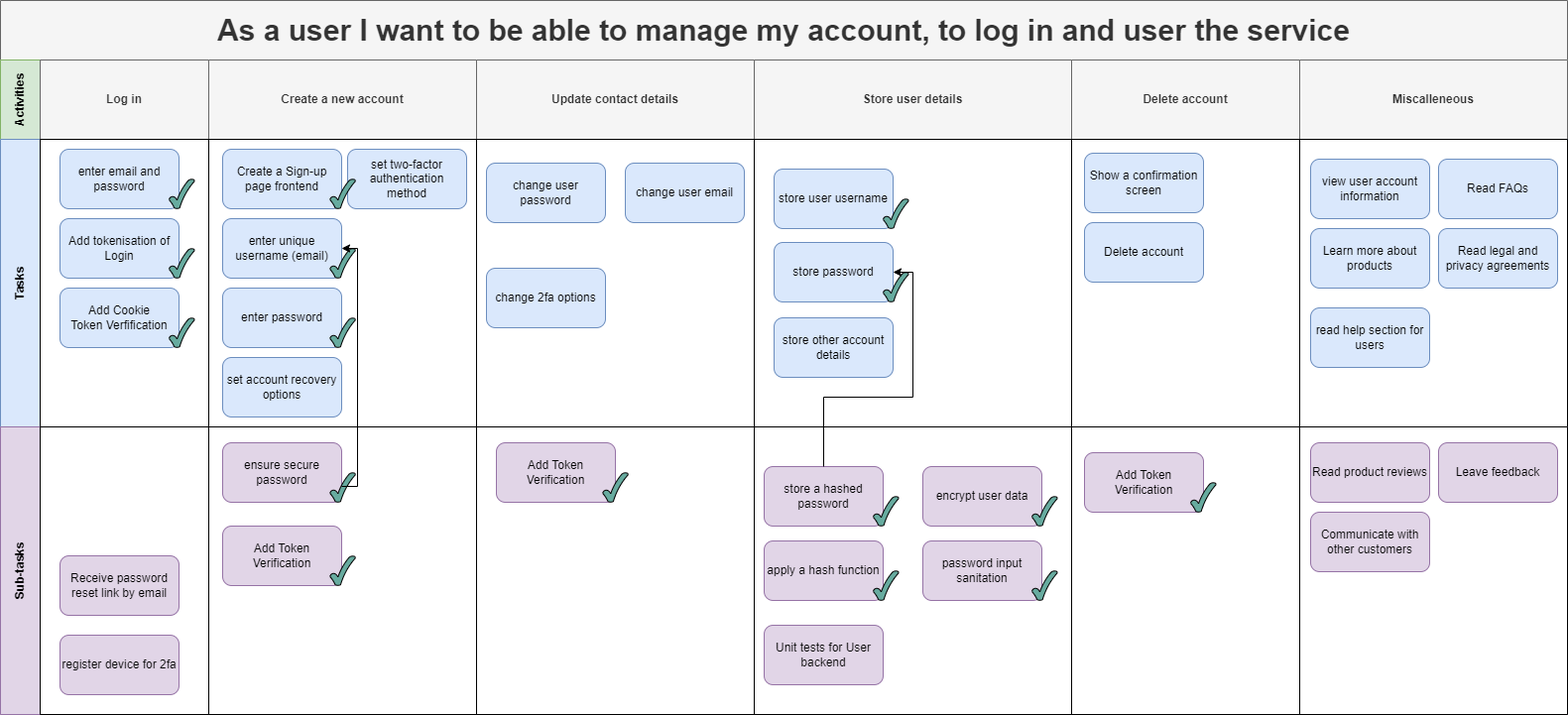
The draw.io diagram Documentation/Project Diagrams/Story Maps/Manage Account Theme.png in ickeyben123/AR, before a commit. Source tidied: cells renumbered, new cells last; positions are measured from the earlier drawing's top-left corner, leaving out a move shared by most shapes.
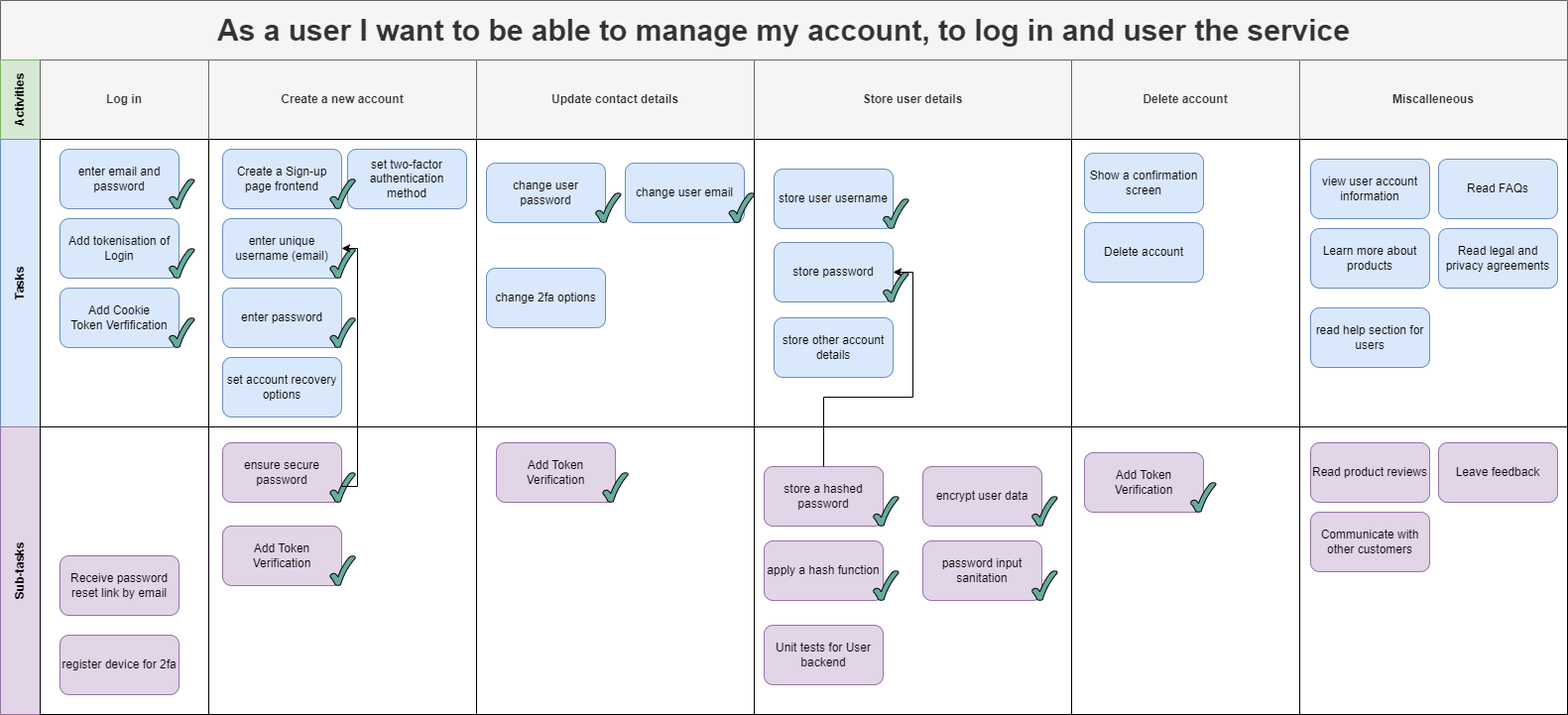
Later version of the same file.

The edit, as a diff of the source:
```diff
@@ -89,6 +89,12 @@
     <mxCell id="30" value="change 2fa options" style="rounded=1;whiteSpace=wrap;html=1;strokeWidth=1;fillColor=#dae8fc;strokeColor=#6c8ebf;" parent="27" vertex="1">
       <mxGeometry x="10" y="130" width="120" height="60" as="geometry" />
     </mxCell>
+    <mxCell id="77" style="verticalLabelPosition=bottom;verticalAlign=top;html=1;shape=mxgraph.basic.tick;fillColor=#67AB9F;" parent="27" vertex="1">
+      <mxGeometry x="120" y="54" width="25.5" height="30" as="geometry" />
+    </mxCell>
+    <mxCell id="78" style="verticalLabelPosition=bottom;verticalAlign=top;html=1;shape=mxgraph.basic.tick;fillColor=#67AB9F;" parent="27" vertex="1">
+      <mxGeometry x="254.5" y="54" width="25.5" height="30" as="geometry" />
+    </mxCell>
     <mxCell id="31" style="swimlane;startSize=0;html=1;whiteSpace=wrap;" parent="10" vertex="1">
       <mxGeometry x="760" width="320" height="290" as="geometry" />
     </mxCell>
```
